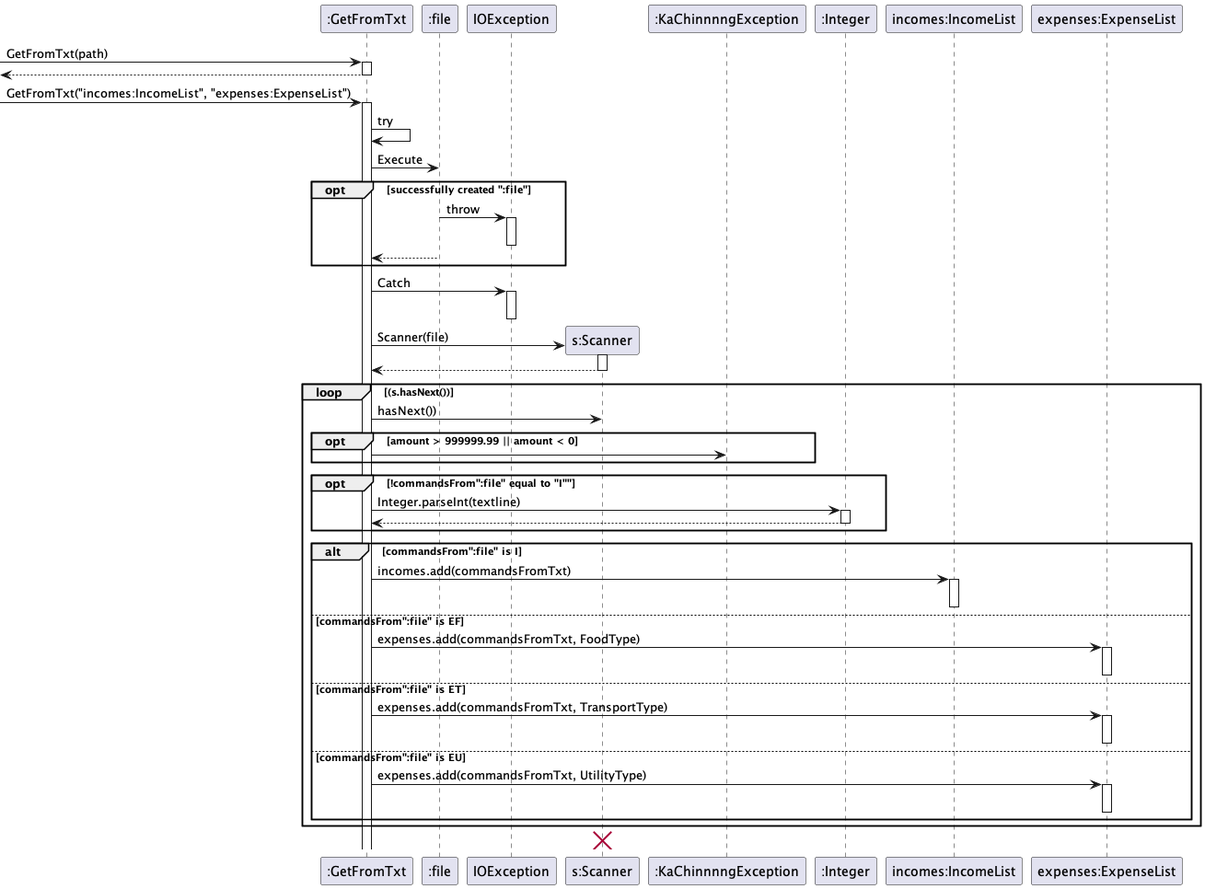
Above: images/GetFromTxt.png in nus-cs2113-AY2324S1/tp (PlantUML), before the change. Source of this version:
```plantuml
@startuml

-> ":GetFromTxt" : GetFromTxt(path)
create ":GetFromTxt"
Activate ":GetFromTxt"
<-- ":GetFromTxt"
Deactivate ":GetFromTxt"

 -> ":GetFromTxt" : GetFromTxt("incomes:IncomeList", "expenses:ExpenseList")
Activate ":GetFromTxt"
":GetFromTxt" -> ":GetFromTxt" : try
":GetFromTxt" -> ":file" : Execute

opt successfully created ":file"
    ":file" -> IOException : throw
    activate IOException
    deactivate IOException
    ":file" --> ":GetFromTxt"
end opt

":GetFromTxt" -> IOException : Catch
activate IOException
deactivate IOException

create "s:Scanner"
":GetFromTxt" -> "s:Scanner" : Scanner(file)
activate "s:Scanner"
"s:Scanner" --> ":GetFromTxt"
deactivate "s:Scanner"

loop (s.hasNext())
    ":GetFromTxt" -> "s:Scanner" : hasNext())
    opt amount > 999999.99 || amount < 0
        ":GetFromTxt" -> ":KaChinnnngException"
    end opt

    opt !commandsFrom":file" equal to "I""
        ":GetFromTxt" -> ":Integer" : Integer.parseInt(textline)
        activate ":Integer"
        ":Integer"-->":GetFromTxt"
    deactivate ":Integer"

    end opt

    alt commandsFrom":file" is I
        ":GetFromTxt" -> "incomes:IncomeList" : incomes.add(commandsFromTxt)
        activate "incomes:IncomeList"
        deactivate "incomes:IncomeList"


    else commandsFrom":file" is EF
        ":GetFromTxt" -> "expenses:ExpenseList" : expenses.add(commandsFromTxt, FoodType)
        activate "expenses:ExpenseList"
        deactivate "expenses:ExpenseList"

    else commandsFrom":file" is ET
        ":GetFromTxt" -> "expenses:ExpenseList" : expenses.add(commandsFromTxt, TransportType)
        activate "expenses:ExpenseList"
        deactivate "expenses:ExpenseList"

    else commandsFrom":file" is EU
        ":GetFromTxt" -> "expenses:ExpenseList" : expenses.add(commandsFromTxt, UtilityType)
        activate "expenses:ExpenseList"
        deactivate "expenses:ExpenseList"

end loop
end
destroy "s:Scanner"
@enduml
```
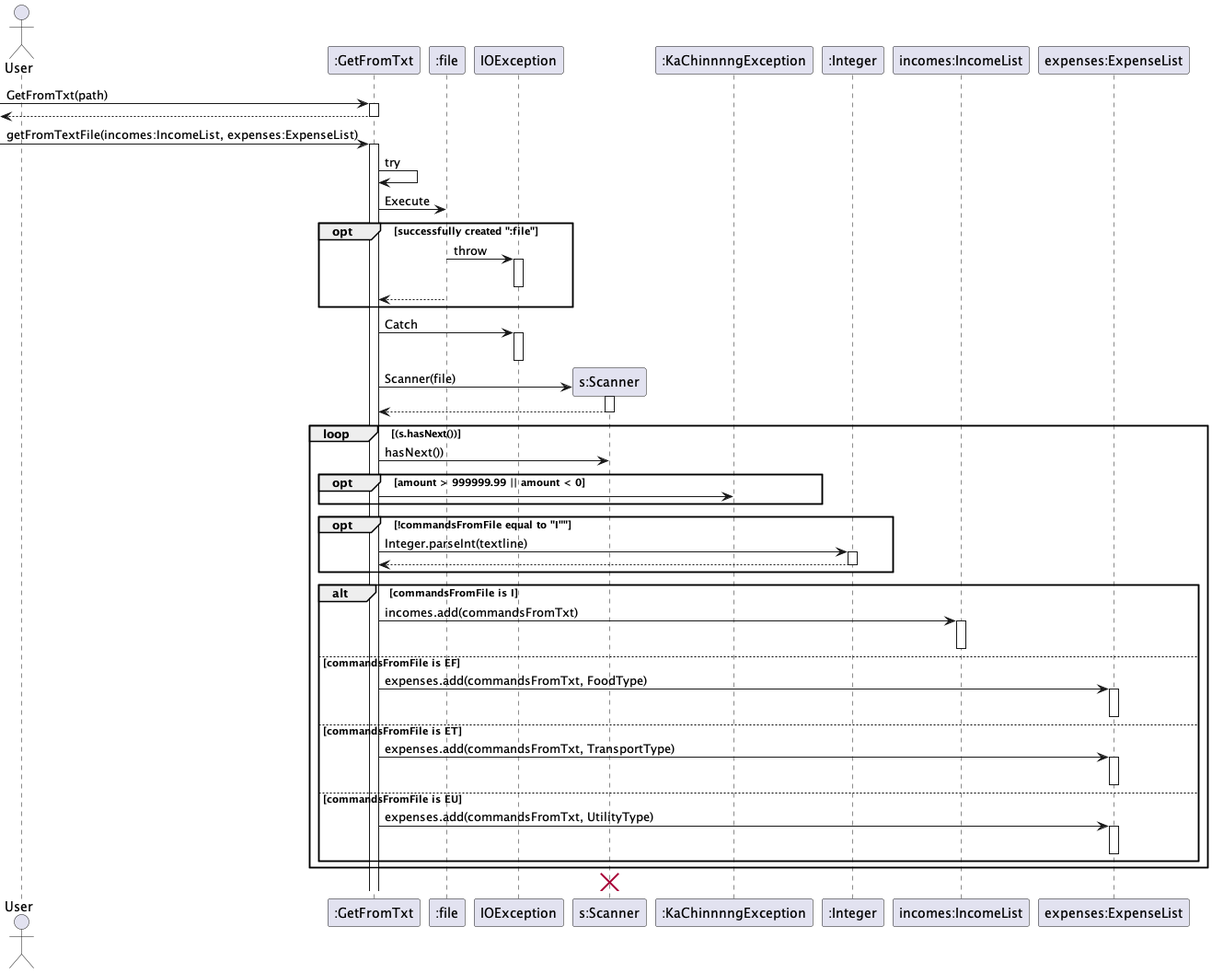
The same file after the commit.

Change to the diagram source:
```diff
@@ -1,12 +1,13 @@
 @startuml
 
+actor User
 -> ":GetFromTxt" : GetFromTxt(path)
 create ":GetFromTxt"
 Activate ":GetFromTxt"
 <-- ":GetFromTxt"
 Deactivate ":GetFromTxt"
 
- -> ":GetFromTxt" : GetFromTxt("incomes:IncomeList", "expenses:ExpenseList")
+ -> ":GetFromTxt" : getFromTextFile(incomes:IncomeList, expenses:ExpenseList)
 Activate ":GetFromTxt"
 ":GetFromTxt" -> ":GetFromTxt" : try
 ":GetFromTxt" -> ":file" : Execute
@@ -34,7 +35,7 @@
         ":GetFromTxt" -> ":KaChinnnngException"
     end opt
 
-    opt !commandsFrom":file" equal to "I""
+    opt !commandsFromFile equal to "I""
         ":GetFromTxt" -> ":Integer" : Integer.parseInt(textline)
         activate ":Integer"
         ":Integer"-->":GetFromTxt"
@@ -42,23 +43,23 @@
 
     end opt
 
-    alt commandsFrom":file" is I
+    alt commandsFromFile is I
         ":GetFromTxt" -> "incomes:IncomeList" : incomes.add(commandsFromTxt)
         activate "incomes:IncomeList"
         deactivate "incomes:IncomeList"
 
 
-    else commandsFrom":file" is EF
+    else commandsFromFile is EF
         ":GetFromTxt" -> "expenses:ExpenseList" : expenses.add(commandsFromTxt, FoodType)
         activate "expenses:ExpenseList"
         deactivate "expenses:ExpenseList"
 
-    else commandsFrom":file" is ET
+    else commandsFromFile is ET
         ":GetFromTxt" -> "expenses:ExpenseList" : expenses.add(commandsFromTxt, TransportType)
         activate "expenses:ExpenseList"
         deactivate "expenses:ExpenseList"
 
-    else commandsFrom":file" is EU
+    else commandsFromFile is EU
         ":GetFromTxt" -> "expenses:ExpenseList" : expenses.add(commandsFromTxt, UtilityType)
         activate "expenses:ExpenseList"
         deactivate "expenses:ExpenseList"
```
